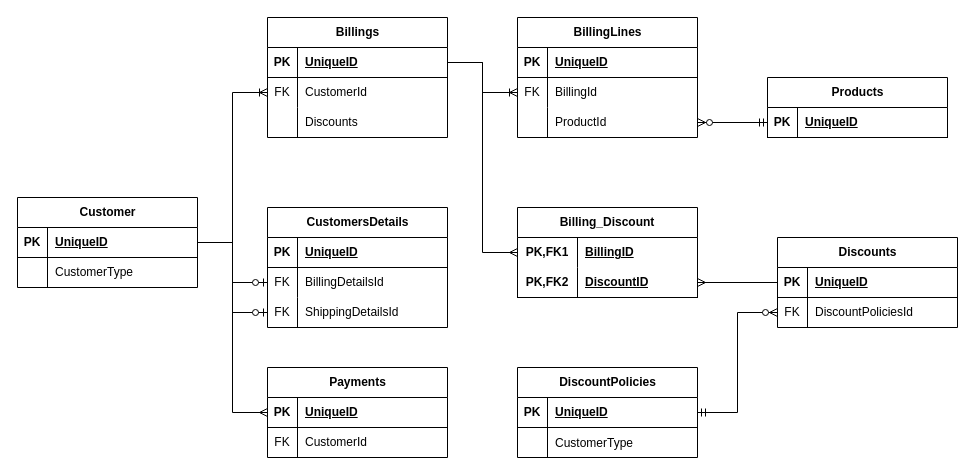
Above: page "ERD v1" (2 of 7) of src/Diagrammes.drawio in Scholastien/MyApp (draw.io), before the change. Source tidied: cells renumbered, new cells numbered last; positions are measured from the earlier drawing's top-left corner, leaving out a move shared by most shapes. Both pictures are drawn from the tidied source at 100%, with x=0, y=0 at pixel (17, 17).
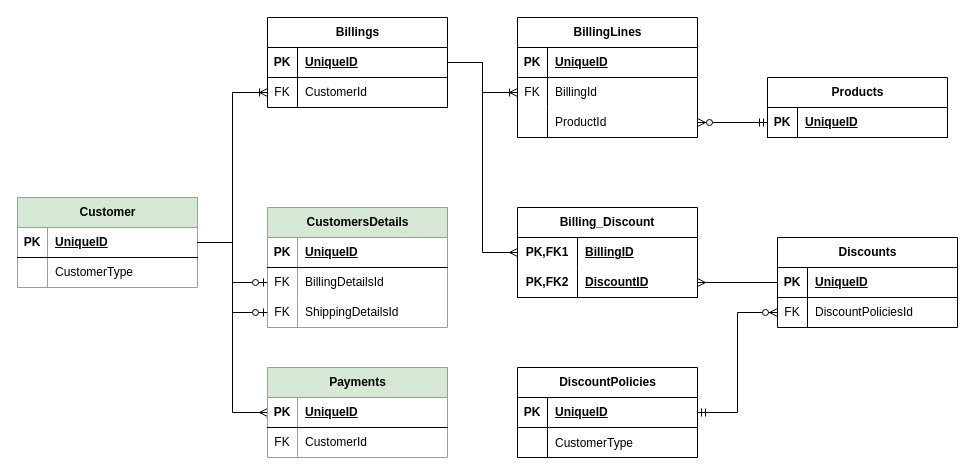
The same page after the edit.

What changed in the source:
```diff
@@
-    <mxCell id="2" value="Customer" style="shape=table;startSize=30;childLayout=tableLayout;rowLines=0;fontStyle=1;align=center;html=1;" parent="1" vertex="1">
+    <mxCell id="2" value="Customer" style="shape=table;startSize=30;childLayout=tableLayout;rowLines=0;fontStyle=1;align=center;html=1;fillColor=#d5e8d4;strokeColor=#82b366;" parent="1" vertex="1">
       <mxGeometry y="180" width="180" height="90" as="geometry" />
     </mxCell>
@@
-    <mxCell id="9" value="CustomersDetails" style="shape=table;startSize=30;childLayout=tableLayout;rowLines=0;fontStyle=1;align=center;html=1;" parent="1" vertex="1">
+    <mxCell id="9" value="CustomersDetails" style="shape=table;startSize=30;childLayout=tableLayout;rowLines=0;fontStyle=1;align=center;html=1;fillColor=#d5e8d4;strokeColor=#82b366;" parent="1" vertex="1">
       <mxGeometry x="250" y="190" width="180" height="120" as="geometry" />
     </mxCell>
@@
     <mxCell id="19" value="Billings" style="shape=table;startSize=30;childLayout=tableLayout;rowLines=0;fontStyle=1;align=center;html=1;" parent="1" vertex="1">
-      <mxGeometry x="250" width="180" height="120" as="geometry" />
+      <mxGeometry x="250" width="180" height="90" as="geometry" />
     </mxCell>
@@
-    <mxCell id="26" style="shape=tableRow;horizontal=0;startSize=0;swimlaneHead=0;swimlaneBody=0;fillColor=none;top=0;left=0;right=0;bottom=0;" parent="19" vertex="1">
-      <mxGeometry y="90" width="180" height="30" as="geometry" />
-    </mxCell>
-    <mxCell id="27" style="shape=partialRectangle;fillColor=none;top=0;left=0;bottom=0;right=0;overflow=hidden;whiteSpace=wrap;html=1;" parent="26" vertex="1">
-      <mxGeometry width="30" height="30" as="geometry" />
-    </mxCell>
-    <mxCell id="28" value="Discounts" style="shape=partialRectangle;fillColor=none;top=0;left=0;bottom=0;right=0;align=left;spacingLeft=6;overflow=hidden;whiteSpace=wrap;html=1;" parent="26" vertex="1">
-      <mxGeometry x="30" width="150" height="30" as="geometry" />
-    </mxCell>
@@
-    <mxCell id="32" value="Payments" style="shape=table;startSize=30;childLayout=tableLayout;rowLines=0;fontStyle=1;align=center;html=1;" parent="1" vertex="1">
+    <mxCell id="32" value="Payments" style="shape=table;startSize=30;childLayout=tableLayout;rowLines=0;fontStyle=1;align=center;html=1;fillColor=#d5e8d4;strokeColor=#82b366;" parent="1" vertex="1">
       <mxGeometry x="250" y="350" width="180" height="90" as="geometry" />
     </mxCell>
```
